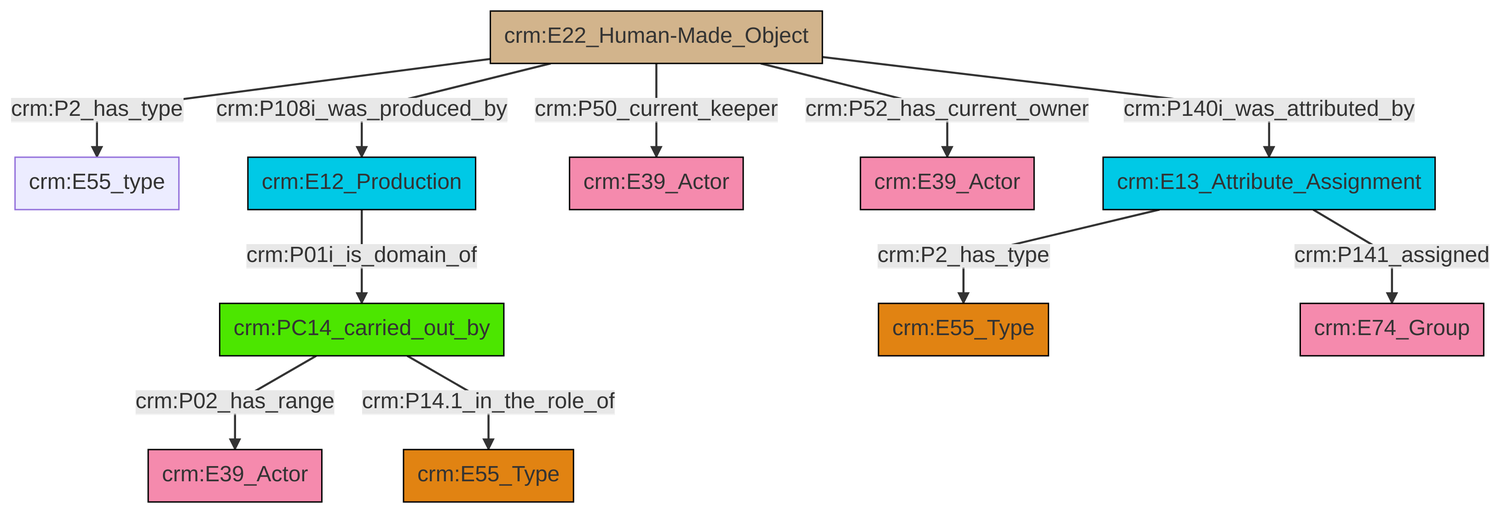
The Mermaid diagram et/artworkCSV/ttl/mmd/png/Artwork_Actor_Relations.png in swiss-art-research-net/docs.swissartresearch, before a commit. Its source is kept beside it as et/artworkCSV/ttl/mmd/Artwork_Actor_Relations.ttl.mmd.
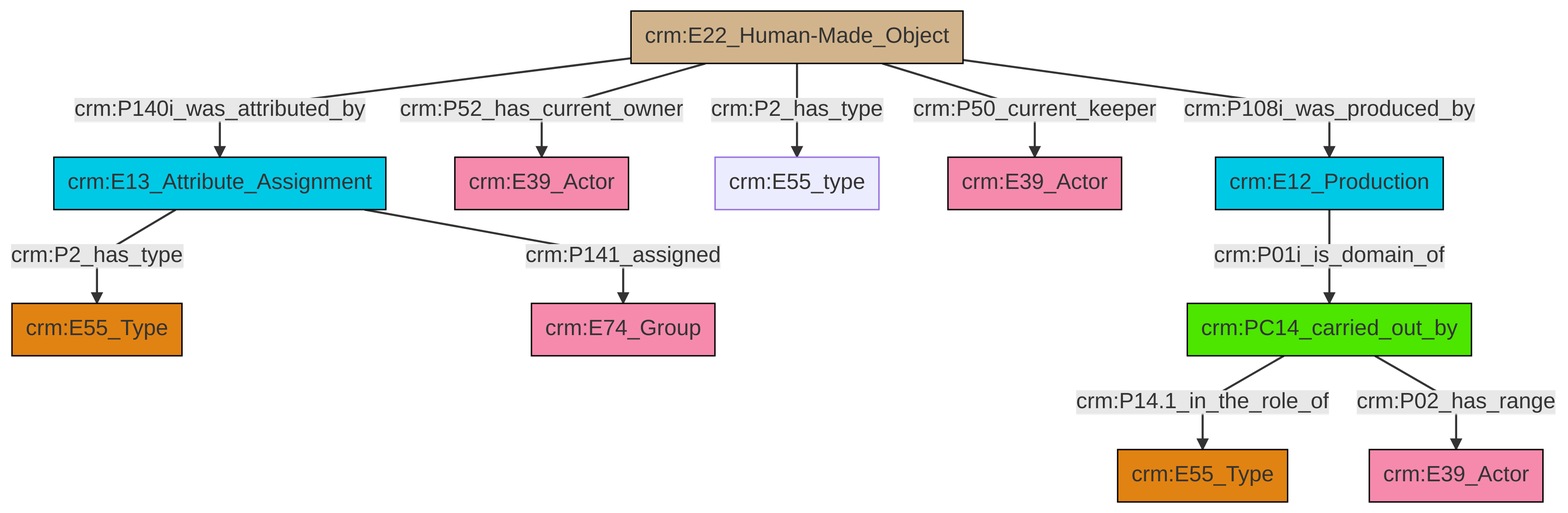
The same diagram one commit later.

The edit, as a diff of the source:
```diff
@@ -13,13 +13,13 @@
 classDef PC_Classes fill:#4ce600, stroke:#000000;
 classDef Multi fill:#cccccc,stroke:#000000;
 
-2["crm:PC14_carried_out_by"]:::PC_Classes -->|crm:P02_has_range| 3["crm:E39_Actor"]:::Actor
-2["crm:PC14_carried_out_by"]:::PC_Classes -->|crm:P14.1_in_the_role_of| 6["crm:E55_Type"]:::Type
-13["crm:E22_Human-Made_Object"]:::Physical_Thing -->|crm:P2_has_type| 9["crm:E55_type"]:::Default
-13["crm:E22_Human-Made_Object"]:::Physical_Thing -->|crm:P108i_was_produced_by| 4["crm:E12_Production"]:::Temporal_Entity
-13["crm:E22_Human-Made_Object"]:::Physical_Thing -->|crm:P50_current_keeper| 14["crm:E39_Actor"]:::Actor
-4["crm:E12_Production"]:::Temporal_Entity -->|crm:P01i_is_domain_of| 2["crm:PC14_carried_out_by"]:::PC_Classes
-13["crm:E22_Human-Made_Object"]:::Physical_Thing -->|crm:P52_has_current_owner| 11["crm:E39_Actor"]:::Actor
-13["crm:E22_Human-Made_Object"]:::Physical_Thing -->|crm:P140i_was_attributed_by| 19["crm:E13_Attribute_Assignment"]:::Temporal_Entity
-19["crm:E13_Attribute_Assignment"]:::Temporal_Entity -->|crm:P2_has_type| 17["crm:E55_Type"]:::Type
-19["crm:E13_Attribute_Assignment"]:::Temporal_Entity -->|crm:P141_assigned| 0["crm:E74_Group"]:::Actor
+11["crm:E22_Human-Made_Object"]:::Physical_Thing -->|crm:P140i_was_attributed_by| 5["crm:E13_Attribute_Assignment"]:::Temporal_Entity
+11["crm:E22_Human-Made_Object"]:::Physical_Thing -->|crm:P52_has_current_owner| 14["crm:E39_Actor"]:::Actor
+11["crm:E22_Human-Made_Object"]:::Physical_Thing -->|crm:P2_has_type| 15["crm:E55_type"]:::Default
+2["crm:E12_Production"]:::Temporal_Entity -->|crm:P01i_is_domain_of| 7["crm:PC14_carried_out_by"]:::PC_Classes
+7["crm:PC14_carried_out_by"]:::PC_Classes -->|crm:P14.1_in_the_role_of| 18["crm:E55_Type"]:::Type
+5["crm:E13_Attribute_Assignment"]:::Temporal_Entity -->|crm:P2_has_type| 0["crm:E55_Type"]:::Type
+5["crm:E13_Attribute_Assignment"]:::Temporal_Entity -->|crm:P141_assigned| 12["crm:E74_Group"]:::Actor
+7["crm:PC14_carried_out_by"]:::PC_Classes -->|crm:P02_has_range| 19["crm:E39_Actor"]:::Actor
+11["crm:E22_Human-Made_Object"]:::Physical_Thing -->|crm:P50_current_keeper| 9["crm:E39_Actor"]:::Actor
+11["crm:E22_Human-Made_Object"]:::Physical_Thing -->|crm:P108i_was_produced_by| 2["crm:E12_Production"]:::Temporal_Entity
```
